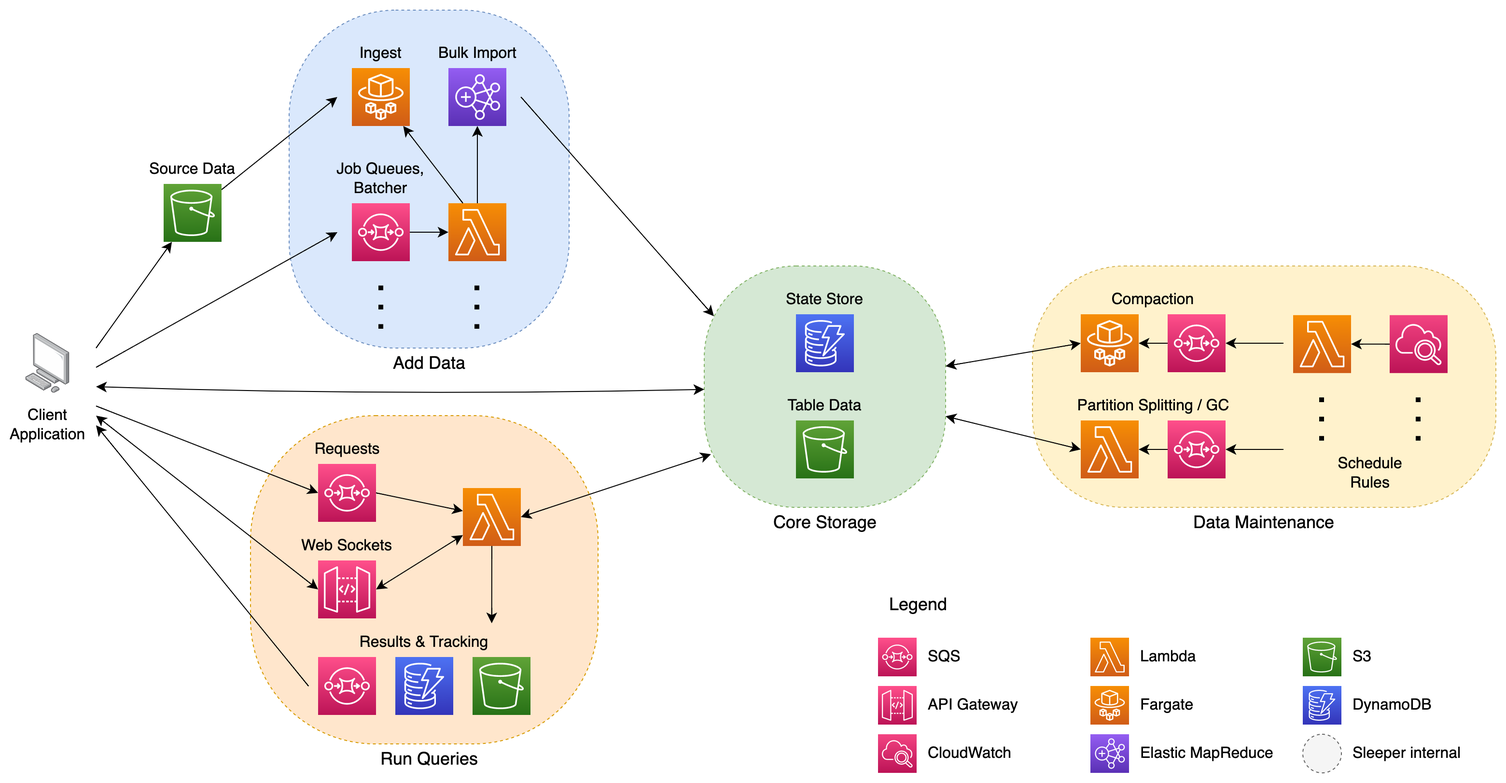
This is docs/diagrams/high-level-design.png from gchq/sleeper, a draw.io export, as it was before one commit. Source tidied: cells renumbered, new cells last; positions are measured from the earlier drawing's top-left corner, leaving out a move shared by most shapes.
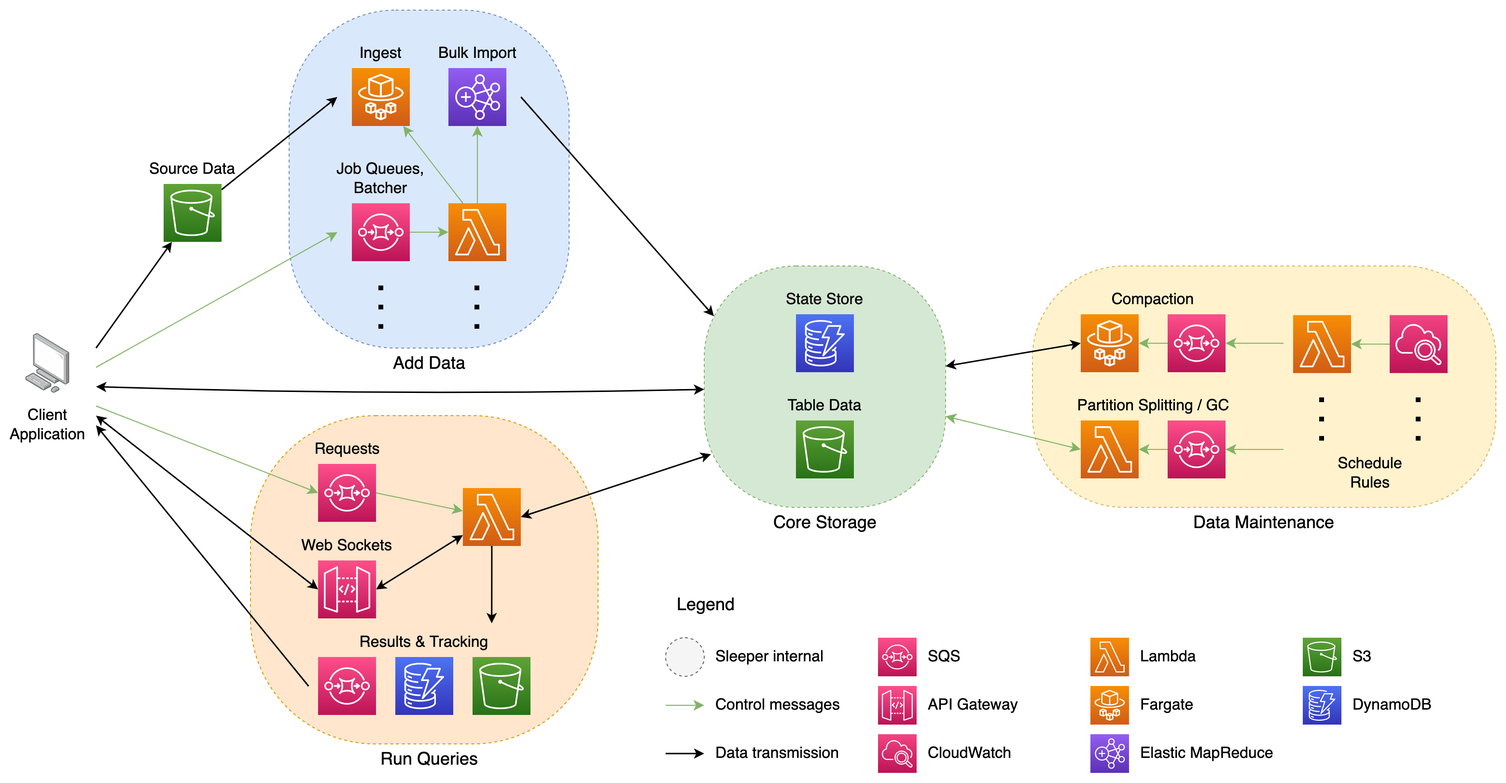
The same file after the commit.

Commit message:
Use a different colour for control messages

Change to the diagram source:
```diff
@@ -25,3 +25,3 @@
     </mxCell>
-    <mxCell id="9" style="edgeStyle=none;curved=1;rounded=0;jettySize=auto;html=1;fontSize=12;startSize=8;endSize=8;" parent="1" edge="1" source="10" target="15">
+    <mxCell id="9" style="edgeStyle=none;curved=1;rounded=0;jettySize=auto;html=1;fontSize=12;startSize=8;endSize=8;fillColor=#d5e8d4;strokeColor=#82b366;" parent="1" edge="1" source="10" target="15">
       <mxGeometry relative="1" as="geometry" />
@@ -40,6 +40,6 @@
     </mxCell>
-    <mxCell id="13" style="edgeStyle=none;curved=1;rounded=0;jettySize=auto;html=1;fontSize=12;startSize=8;endSize=8;exitX=0.25;exitY=0;exitDx=0;exitDy=0;exitPerimeter=0;" parent="1" edge="1" source="15" target="12">
+    <mxCell id="13" style="edgeStyle=none;curved=1;rounded=0;jettySize=auto;html=1;fontSize=12;startSize=8;endSize=8;exitX=0.25;exitY=0;exitDx=0;exitDy=0;exitPerimeter=0;fillColor=#d5e8d4;strokeColor=#82b366;" parent="1" edge="1" source="15" target="12">
       <mxGeometry relative="1" as="geometry" />
     </mxCell>
-    <mxCell id="14" style="edgeStyle=none;curved=1;rounded=0;jettySize=auto;html=1;fontSize=12;startSize=8;endSize=8;" parent="1" edge="1" source="15" target="86">
+    <mxCell id="14" style="edgeStyle=none;curved=1;rounded=0;jettySize=auto;html=1;fontSize=12;startSize=8;endSize=8;fillColor=#d5e8d4;strokeColor=#82b366;" parent="1" edge="1" source="15" target="86">
       <mxGeometry relative="1" as="geometry" />
@@ -52,3 +52,3 @@
     </mxCell>
-    <mxCell id="17" style="edgeStyle=none;curved=1;rounded=0;jettySize=auto;html=1;fontSize=12;startSize=8;endSize=8;entryX=0.04;entryY=0.208;entryDx=0;entryDy=0;entryPerimeter=0;exitX=0.828;exitY=0.257;exitDx=0;exitDy=0;exitPerimeter=0;" parent="1" edge="1" source="3" target="5">
+    <mxCell id="17" style="edgeStyle=none;curved=1;rounded=0;jettySize=auto;html=1;fontSize=12;startSize=6;endSize=6;entryX=0.04;entryY=0.208;entryDx=0;entryDy=0;entryPerimeter=0;exitX=0.828;exitY=0.257;exitDx=0;exitDy=0;exitPerimeter=0;strokeWidth=1.5;" parent="1" edge="1" source="3" target="5">
       <mxGeometry relative="1" as="geometry" />
@@ -64,3 +64,3 @@
     </mxCell>
-    <mxCell id="21" style="endArrow=classic;html=1;rounded=0;fontSize=12;startSize=8;endSize=8;curved=1;" parent="1" edge="1" target="72">
+    <mxCell id="21" style="endArrow=classic;html=1;rounded=0;fontSize=12;startSize=6;endSize=6;curved=1;strokeWidth=1.5;" parent="1" edge="1" target="72">
       <mxGeometry relative="1" as="geometry">
@@ -72,6 +72,6 @@
     </mxCell>
-    <mxCell id="23" style="edgeStyle=none;curved=1;rounded=0;jettySize=auto;html=1;fontSize=12;startSize=8;endSize=8;exitX=1;exitY=0.5;exitDx=0;exitDy=0;exitPerimeter=0;startArrow=classic;startFill=1;entryX=0.028;entryY=0.78;entryDx=0;entryDy=0;entryPerimeter=0;" parent="1" edge="1" source="25" target="5">
+    <mxCell id="23" style="edgeStyle=none;curved=1;rounded=0;jettySize=auto;html=1;fontSize=12;startSize=6;endSize=6;exitX=1;exitY=0.5;exitDx=0;exitDy=0;exitPerimeter=0;startArrow=classic;startFill=1;entryX=0.028;entryY=0.78;entryDx=0;entryDy=0;entryPerimeter=0;strokeWidth=1.5;" parent="1" edge="1" source="25" target="5">
       <mxGeometry relative="1" as="geometry" />
     </mxCell>
-    <mxCell id="24" style="edgeStyle=none;curved=1;rounded=0;jettySize=auto;html=1;entryX=0.694;entryY=0.639;entryDx=0;entryDy=0;entryPerimeter=0;fontSize=12;startSize=8;endSize=8;" parent="1" edge="1" source="25">
+    <mxCell id="24" style="edgeStyle=none;curved=1;rounded=0;jettySize=auto;html=1;entryX=0.694;entryY=0.639;entryDx=0;entryDy=0;entryPerimeter=0;fontSize=12;startSize=6;endSize=6;strokeWidth=1.5;" parent="1" edge="1" source="25">
       <mxGeometry relative="1" as="geometry">
@@ -83,3 +83,3 @@
     </mxCell>
-    <mxCell id="26" style="edgeStyle=none;curved=1;rounded=0;jettySize=auto;html=1;exitX=1;exitY=0.5;exitDx=0;exitDy=0;exitPerimeter=0;fontSize=12;startSize=8;endSize=8;" parent="1" edge="1" source="27" target="25">
+    <mxCell id="26" style="edgeStyle=none;curved=1;rounded=0;jettySize=auto;html=1;exitX=1;exitY=0.5;exitDx=0;exitDy=0;exitPerimeter=0;fontSize=12;startSize=8;endSize=8;fillColor=#d5e8d4;strokeColor=#82b366;" parent="1" edge="1" source="27" target="25">
       <mxGeometry relative="1" as="geometry" />
@@ -92,6 +92,6 @@
     </mxCell>
-    <mxCell id="29" style="endArrow=classic;startArrow=classic;html=1;rounded=0;fontSize=12;startSize=8;endSize=8;curved=1;exitX=1;exitY=0.5;exitDx=0;exitDy=0;exitPerimeter=0;" parent="1" edge="1" source="28" target="25">
+    <mxCell id="29" style="endArrow=classic;startArrow=classic;html=1;rounded=0;fontSize=12;startSize=6;endSize=6;curved=1;exitX=1;exitY=0.5;exitDx=0;exitDy=0;exitPerimeter=0;strokeWidth=1.5;" parent="1" edge="1" source="28" target="25">
       <mxGeometry relative="1" as="geometry" />
     </mxCell>
-    <mxCell id="30" style="endArrow=classic;startArrow=classic;html=1;rounded=0;fontSize=12;startSize=8;endSize=8;curved=1;entryX=0;entryY=0.5;entryDx=0;entryDy=0;entryPerimeter=0;" parent="1" edge="1" target="28">
+    <mxCell id="30" style="endArrow=classic;startArrow=classic;html=1;rounded=0;fontSize=12;startSize=6;endSize=6;curved=1;entryX=0;entryY=0.5;entryDx=0;entryDy=0;entryPerimeter=0;strokeWidth=1.5;" parent="1" edge="1" target="28">
       <mxGeometry relative="1" as="geometry">
@@ -100,3 +100,3 @@
     </mxCell>
-    <mxCell id="31" style="edgeStyle=none;curved=1;rounded=0;jettySize=auto;html=1;fontSize=12;startSize=8;endSize=8;" parent="1" edge="1" source="32" target="44">
+    <mxCell id="31" style="edgeStyle=none;curved=1;rounded=0;jettySize=auto;html=1;fontSize=12;startSize=8;endSize=8;fillColor=#d5e8d4;strokeColor=#82b366;" parent="1" edge="1" source="32" target="44">
       <mxGeometry relative="1" as="geometry" />
@@ -124,3 +124,3 @@
     </mxCell>
-    <mxCell id="38" style="edgeStyle=none;curved=1;rounded=0;jettySize=auto;html=1;fontSize=12;startSize=8;endSize=8;" parent="1" edge="1" target="40">
+    <mxCell id="38" style="edgeStyle=none;curved=1;rounded=0;jettySize=auto;html=1;fontSize=12;startSize=8;endSize=8;fillColor=#d5e8d4;strokeColor=#82b366;" parent="1" edge="1" target="40">
       <mxGeometry relative="1" as="geometry">
@@ -129,3 +129,3 @@
     </mxCell>
-    <mxCell id="39" style="edgeStyle=none;curved=1;rounded=0;jettySize=auto;html=1;fontSize=12;startSize=8;endSize=8;" parent="1" edge="1" source="40" target="42">
+    <mxCell id="39" style="edgeStyle=none;curved=1;rounded=0;jettySize=auto;html=1;fontSize=12;startSize=8;endSize=8;fillColor=#d5e8d4;strokeColor=#82b366;" parent="1" edge="1" source="40" target="42">
       <mxGeometry relative="1" as="geometry" />
@@ -135,3 +135,3 @@
     </mxCell>
-    <mxCell id="41" style="edgeStyle=none;curved=1;rounded=0;jettySize=auto;html=1;fontSize=12;startSize=8;endSize=8;startArrow=classic;startFill=1;exitX=0;exitY=0.5;exitDx=0;exitDy=0;exitPerimeter=0;" parent="1" edge="1" source="42" target="5">
+    <mxCell id="41" style="edgeStyle=none;curved=1;rounded=0;jettySize=auto;html=1;fontSize=12;startSize=8;endSize=8;startArrow=classic;startFill=1;exitX=0;exitY=0.5;exitDx=0;exitDy=0;exitPerimeter=0;fillColor=#d5e8d4;strokeColor=#82b366;" parent="1" edge="1" source="42" target="5">
       <mxGeometry relative="1" as="geometry" />
@@ -141,3 +141,3 @@
     </mxCell>
-    <mxCell id="43" style="edgeStyle=none;curved=1;rounded=0;jettySize=auto;html=1;fontSize=12;startSize=8;endSize=8;" parent="1" edge="1" target="46">
+    <mxCell id="43" style="edgeStyle=none;curved=1;rounded=0;jettySize=auto;html=1;fontSize=12;startSize=8;endSize=8;fillColor=#d5e8d4;strokeColor=#82b366;" parent="1" edge="1" target="46">
       <mxGeometry relative="1" as="geometry">
@@ -149,3 +149,3 @@
     </mxCell>
-    <mxCell id="45" style="edgeStyle=none;curved=1;rounded=0;jettySize=auto;html=1;fontSize=12;startSize=8;endSize=8;" parent="1" edge="1" source="46" target="47">
+    <mxCell id="45" style="edgeStyle=none;curved=1;rounded=0;jettySize=auto;html=1;fontSize=12;startSize=8;endSize=8;fillColor=#d5e8d4;strokeColor=#82b366;" parent="1" edge="1" source="46" target="47">
       <mxGeometry relative="1" as="geometry" />
@@ -158,3 +158,3 @@
     </mxCell>
-    <mxCell id="48" style="edgeStyle=none;curved=1;rounded=0;jettySize=auto;html=1;fontSize=12;startSize=8;endSize=8;startArrow=classic;startFill=1;entryX=0;entryY=0.5;entryDx=0;entryDy=0;entryPerimeter=0;" parent="1" edge="1" source="5" target="47">
+    <mxCell id="48" style="edgeStyle=none;curved=1;rounded=0;jettySize=auto;html=1;fontSize=12;startSize=6;endSize=6;startArrow=classic;startFill=1;entryX=0;entryY=0.5;entryDx=0;entryDy=0;entryPerimeter=0;strokeWidth=1.5;" parent="1" edge="1" source="5" target="47">
       <mxGeometry relative="1" as="geometry" />
@@ -233,3 +233,3 @@
     </mxCell>
-    <mxCell id="71" style="edgeStyle=none;curved=1;rounded=0;jettySize=auto;html=1;fontSize=12;startSize=8;endSize=8;entryX=0.172;entryY=0.257;entryDx=0;entryDy=0;entryPerimeter=0;" parent="1" edge="1" source="72" target="3">
+    <mxCell id="71" style="edgeStyle=none;curved=1;rounded=0;jettySize=auto;html=1;fontSize=12;startSize=6;endSize=6;entryX=0.172;entryY=0.257;entryDx=0;entryDy=0;entryPerimeter=0;strokeWidth=1.5;" parent="1" edge="1" source="72" target="3">
       <mxGeometry relative="1" as="geometry" />
@@ -242,3 +242,3 @@
     </mxCell>
-    <mxCell id="74" style="endArrow=classic;html=1;rounded=0;fontSize=12;startSize=8;endSize=8;curved=1;" parent="1" edge="1">
+    <mxCell id="74" style="endArrow=classic;html=1;rounded=0;fontSize=12;startSize=8;endSize=8;curved=1;fillColor=#d5e8d4;strokeColor=#82b366;strokeWidth=1;" parent="1" edge="1">
       <mxGeometry relative="1" as="geometry">
@@ -249,5 +249,5 @@
     <mxCell id="75" value="Legend" style="text;html=1;strokeColor=none;fillColor=none;align=left;verticalAlign=middle;whiteSpace=wrap;rounded=0;fontSize=18;" parent="1" vertex="1">
-      <mxGeometry x="900" y="600" width="60" height="30" as="geometry" />
+      <mxGeometry x="680" y="600" width="60" height="30" as="geometry" />
     </mxCell>
-    <mxCell id="76" style="curved=1;endArrow=classic;html=1;rounded=0;fontSize=12;startSize=8;endSize=8;startArrow=classic;startFill=1;" parent="1" edge="1" target="5">
+    <mxCell id="76" style="curved=1;endArrow=classic;html=1;rounded=0;fontSize=12;startSize=6;endSize=6;startArrow=classic;startFill=1;strokeWidth=1.5;" parent="1" edge="1" target="5">
       <mxGeometry relative="1" as="geometry">
@@ -268,7 +268,2 @@
     </mxCell>
-    <mxCell id="80" style="endArrow=classic;html=1;rounded=0;fontSize=12;startSize=8;endSize=8;curved=1;entryX=0;entryY=0.5;entryDx=0;entryDy=0;entryPerimeter=0;" parent="1" edge="1" target="27">
-      <mxGeometry relative="1" as="geometry">
-        <mxPoint x="80" y="410" as="sourcePoint" />
-      </mxGeometry>
-    </mxCell>
     <mxCell id="81" value="Requests" style="text;html=1;strokeColor=none;fillColor=none;align=center;verticalAlign=middle;whiteSpace=wrap;rounded=0;fontSize=16;" parent="1" vertex="1">
@@ -276,3 +271,3 @@
     </mxCell>
-    <mxCell id="82" style="endArrow=classic;html=1;rounded=0;fontSize=12;startSize=8;endSize=8;curved=1;exitX=0.167;exitY=0.824;exitDx=0;exitDy=0;exitPerimeter=0;" parent="1" edge="1" source="4">
+    <mxCell id="82" style="endArrow=classic;html=1;rounded=0;fontSize=12;startSize=6;endSize=6;curved=1;exitX=0.167;exitY=0.824;exitDx=0;exitDy=0;exitPerimeter=0;strokeWidth=1.5;" parent="1" edge="1" source="4">
       <mxGeometry relative="1" as="geometry">
@@ -299,7 +294,30 @@
     <mxCell id="88" style="rounded=1;whiteSpace=wrap;html=1;fontSize=16;fillColor=#f5f5f5;strokeColor=#666666;dashed=1;arcSize=50;fontColor=#333333;" parent="1" vertex="1">
-      <mxGeometry x="1330" y="750" width="40" height="40" as="geometry" />
+      <mxGeometry x="670" y="650" width="40" height="40" as="geometry" />
     </mxCell>
     <mxCell id="89" value="Sleeper internal" style="text;html=1;strokeColor=none;fillColor=none;align=left;verticalAlign=middle;whiteSpace=wrap;rounded=0;fontSize=16;" parent="1" vertex="1">
-      <mxGeometry x="1380" y="755" width="150" height="30" as="geometry" />
+      <mxGeometry x="720" y="655" width="150" height="30" as="geometry" />
     </mxCell>
+    <mxCell id="90" style="endArrow=classic;html=1;rounded=0;fontSize=12;startSize=8;endSize=8;curved=1;fillColor=#d5e8d4;strokeColor=#82b366;" parent="1" edge="1">
+      <mxGeometry relative="1" as="geometry">
+        <mxPoint x="670" y="720" as="sourcePoint" />
+        <mxPoint x="710" y="720" as="targetPoint" />
+      </mxGeometry>
+    </mxCell>
+    <mxCell id="91" value="Control messages" style="text;html=1;strokeColor=none;fillColor=none;align=left;verticalAlign=middle;whiteSpace=wrap;rounded=0;fontSize=16;" parent="1" vertex="1">
+      <mxGeometry x="720" y="705" width="150" height="30" as="geometry" />
+    </mxCell>
+    <mxCell id="92" style="endArrow=classic;html=1;rounded=0;fontSize=12;startSize=6;endSize=6;curved=1;strokeWidth=1.5;" parent="1" edge="1">
+      <mxGeometry relative="1" as="geometry">
+        <mxPoint x="670" y="770" as="sourcePoint" />
+        <mxPoint x="710" y="770" as="targetPoint" />
+      </mxGeometry>
+    </mxCell>
+    <mxCell id="93" value="Data transmission" style="text;html=1;strokeColor=none;fillColor=none;align=left;verticalAlign=middle;whiteSpace=wrap;rounded=0;fontSize=16;" parent="1" vertex="1">
+      <mxGeometry x="720" y="755" width="150" height="30" as="geometry" />
+    </mxCell>
+    <mxCell id="80" style="endArrow=classic;html=1;rounded=0;fontSize=12;startSize=8;endSize=8;curved=1;entryX=0;entryY=0.5;entryDx=0;entryDy=0;entryPerimeter=0;strokeWidth=1;fillColor=#d5e8d4;strokeColor=#82b366;" parent="1" edge="1" target="27">
+      <mxGeometry relative="1" as="geometry">
+        <mxPoint x="80" y="410" as="sourcePoint" />
+      </mxGeometry>
+    </mxCell>
   </root>
```
